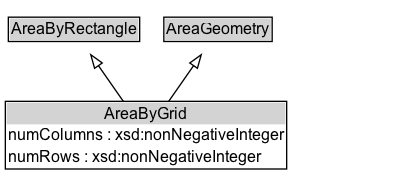
This is docs/diagrams/AreaByGrid.dot.png from ISO-TC204/ontology-its-location-v1, a Graphviz export, as it was before one commit. Its source is kept beside it as docs/diagrams/AreaByGrid.dot. Source of this version:
```dot
digraph {
	graph [overlap=false rankdir=TB splines=true]
	node [fontname=Arial fontsize=12 margin=0 shape=none]
	edge [fontname=Arial fontsize=11]
	{
		rank=source
		AreaByRectangle [label=<<TABLE BORDER="1" CELLBORDER="0" CELLSPACING="0" CELLPADDING="1"><TR><TD BGCOLOR="lightgray" ALIGN="CENTER">AreaByRectangle</TD></TR></TABLE>> URL="../AreaByRectangle" margin=0]
		AreaGeometry [label=<<TABLE BORDER="1" CELLBORDER="0" CELLSPACING="0" CELLPADDING="1"><TR><TD BGCOLOR="lightgray" ALIGN="CENTER">AreaGeometry</TD></TR></TABLE>> URL="../AreaGeometry" margin=0]
	}
	AreaByGrid [label=<<TABLE BORDER="1" CELLBORDER="0" CELLSPACING="0" CELLPADDING="1"><TR><TD BGCOLOR="lightgray" ALIGN="CENTER">AreaByGrid</TD></TR><TR><TD ALIGN="LEFT">numColumns : xsd:nonNegativeInteger</TD></TR><TR><TD ALIGN="LEFT">numRows : xsd:nonNegativeInteger</TD></TR></TABLE>> URL="../AreaByGrid" margin=0]
	{
		rank=max
	}
	subgraph cluster_associated {
		label="" style=invis
		Invis [label=<<TABLE BORDER="0" CELLBORDER="0" CELLSPACING="0" CELLPADDING="1"><TR><TD></TD></TR></TABLE>> margin=0 style=invis]
	}
	AreaByGrid -> AreaByRectangle [arrowhead=onormal style=solid]
	AreaByGrid -> AreaGeometry [arrowhead=onormal style=solid]
}
```
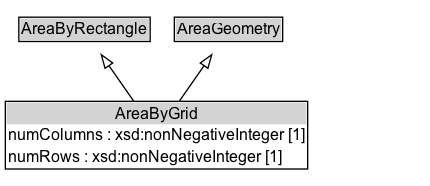
After the change.

Change to the diagram source:
```diff
@@ -7,7 +7,7 @@
 		AreaByRectangle [label=<<TABLE BORDER="1" CELLBORDER="0" CELLSPACING="0" CELLPADDING="1"><TR><TD BGCOLOR="lightgray" ALIGN="CENTER">AreaByRectangle</TD></TR></TABLE>> URL="../AreaByRectangle" margin=0]
 		AreaGeometry [label=<<TABLE BORDER="1" CELLBORDER="0" CELLSPACING="0" CELLPADDING="1"><TR><TD BGCOLOR="lightgray" ALIGN="CENTER">AreaGeometry</TD></TR></TABLE>> URL="../AreaGeometry" margin=0]
 	}
-	AreaByGrid [label=<<TABLE BORDER="1" CELLBORDER="0" CELLSPACING="0" CELLPADDING="1"><TR><TD BGCOLOR="lightgray" ALIGN="CENTER">AreaByGrid</TD></TR><TR><TD ALIGN="LEFT">numColumns : xsd:nonNegativeInteger</TD></TR><TR><TD ALIGN="LEFT">numRows : xsd:nonNegativeInteger</TD></TR></TABLE>> URL="../AreaByGrid" margin=0]
+	AreaByGrid [label=<<TABLE BORDER="1" CELLBORDER="0" CELLSPACING="0" CELLPADDING="1"><TR><TD BGCOLOR="lightgray" ALIGN="CENTER">AreaByGrid</TD></TR><TR><TD ALIGN="LEFT">numColumns : xsd:nonNegativeInteger [1]</TD></TR><TR><TD ALIGN="LEFT">numRows : xsd:nonNegativeInteger [1]</TD></TR></TABLE>> URL="../AreaByGrid" margin=0]
 	{
 		rank=max
 	}
```
